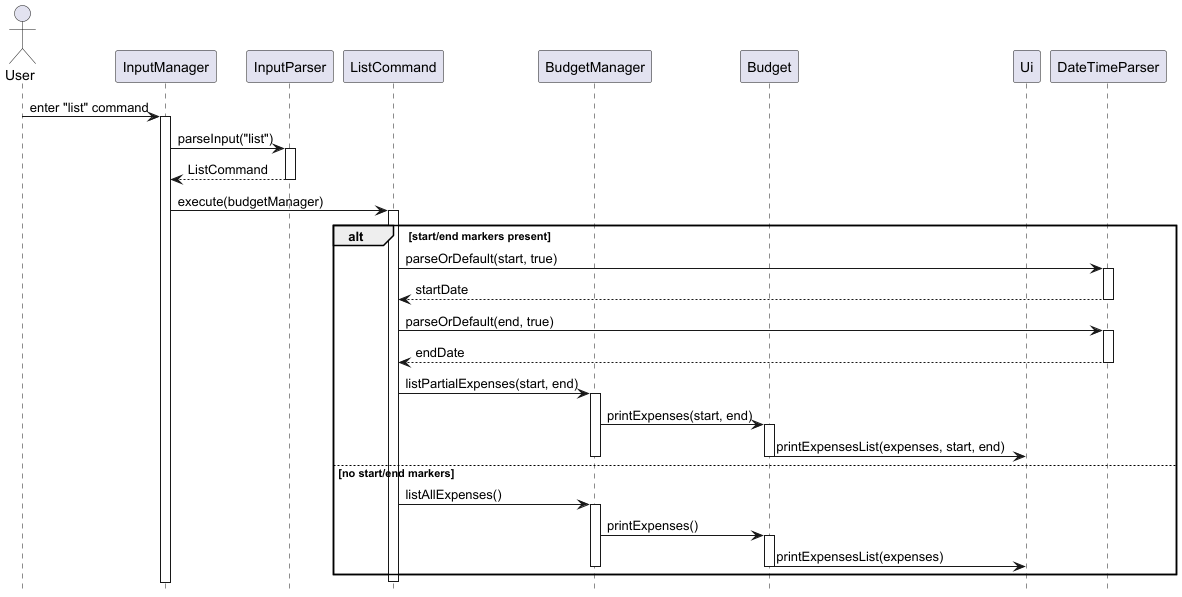
Above: docs/diagrams/ListCommandSequenceDiagram.png in AY2425S2-CS2113-T12-4/tp (PlantUML), before the change. Its source is kept beside it as docs/diagrams/ListCommandSequenceDiagram.puml. Its diagram source:
```plantuml
@startuml

hide footbox
actor User

participant "InputManager" as InputManager
participant "InputParser" as InputParser
participant "ListCommand" as ListCommand
participant "BudgetManager" as BudgetManager
participant "Budget" as Budget
participant "Ui" as Ui
participant "DateTimeParser" as DateTimeParser

User -> InputManager : enter "list" command
activate InputManager
InputManager -> InputParser : parseInput("list")
activate InputParser
InputParser --> InputManager : ListCommand
deactivate InputParser

InputManager -> ListCommand : execute(budgetManager)
activate ListCommand

alt start/end markers present
    ListCommand -> DateTimeParser : parseOrDefault(start, true)
    activate DateTimeParser
    DateTimeParser --> ListCommand : startDate
    deactivate DateTimeParser

    ListCommand -> DateTimeParser : parseOrDefault(end, true)
    activate DateTimeParser
    DateTimeParser --> ListCommand : endDate
    deactivate DateTimeParser

    ListCommand -> BudgetManager : listPartialExpenses(start, end)
    activate BudgetManager
    BudgetManager -> Budget : printExpenses(start, end)
    activate Budget
    Budget -> Ui : printExpensesList(expenses, start, end)
    deactivate Budget
    deactivate BudgetManager

else no start/end markers
    ListCommand -> BudgetManager : listAllExpenses()
    activate BudgetManager
    BudgetManager -> Budget : printExpenses()
    activate Budget
    Budget -> Ui : printExpensesList(expenses)
    deactivate Budget
    deactivate BudgetManager
end

deactivate ListCommand
@enduml
```
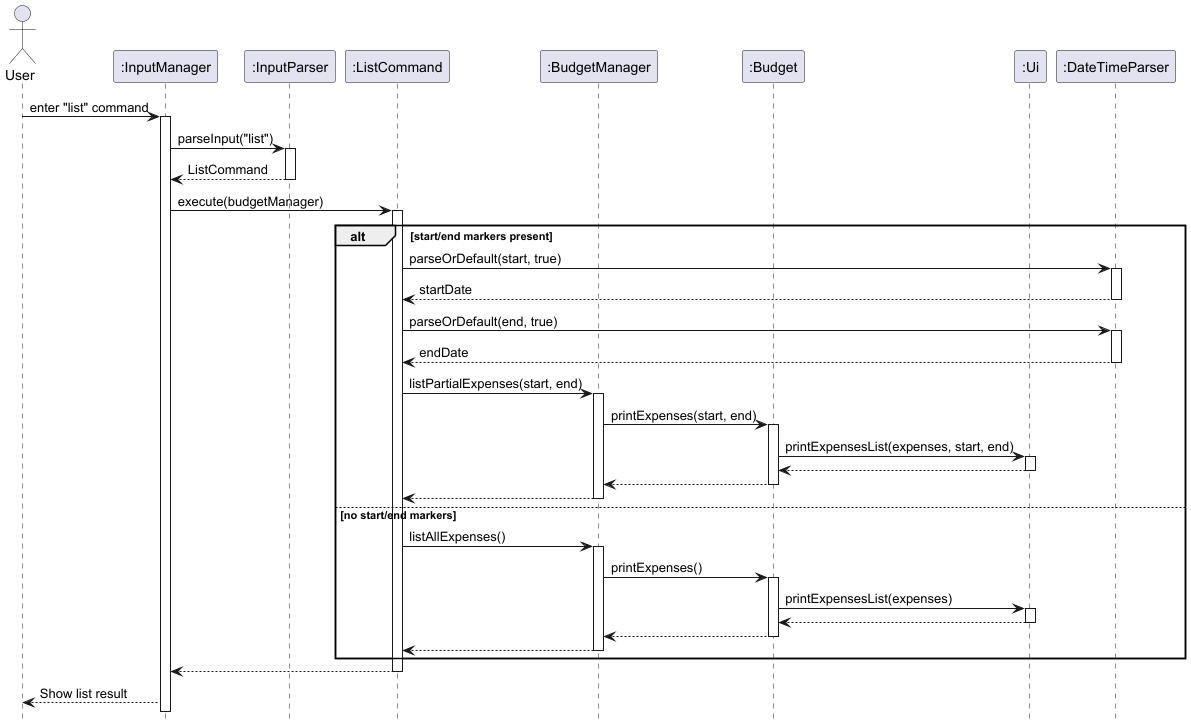
The same diagram one commit later.

The edit, as a diff of the source:
```diff
@@ -3,13 +3,13 @@
 hide footbox
 actor User
 
-participant "InputManager" as InputManager
-participant "InputParser" as InputParser
-participant "ListCommand" as ListCommand
-participant "BudgetManager" as BudgetManager
-participant "Budget" as Budget
-participant "Ui" as Ui
-participant "DateTimeParser" as DateTimeParser
+participant ":InputManager" as InputManager
+participant ":InputParser" as InputParser
+participant ":ListCommand" as ListCommand
+participant ":BudgetManager" as BudgetManager
+participant ":Budget" as Budget
+participant ":Ui" as Ui
+participant ":DateTimeParser" as DateTimeParser
 
 User -> InputManager : enter "list" command
 activate InputManager
@@ -37,7 +37,14 @@
     BudgetManager -> Budget : printExpenses(start, end)
     activate Budget
     Budget -> Ui : printExpensesList(expenses, start, end)
+    activate Ui
+    Ui --> Budget
+    deactivate Ui
+    Budget --> BudgetManager
+
+
     deactivate Budget
+    BudgetManager -->ListCommand
     deactivate BudgetManager
 
 else no start/end markers
@@ -46,9 +53,17 @@
     BudgetManager -> Budget : printExpenses()
     activate Budget
     Budget -> Ui : printExpensesList(expenses)
+    activate Ui
+    Ui --> Budget
+    deactivate Ui
+    Budget --> BudgetManager
     deactivate Budget
+    BudgetManager -->ListCommand
     deactivate BudgetManager
 end
+ListCommand --> InputManager
 
 deactivate ListCommand
+InputManager --> User: Show list result
+
 @enduml
```
